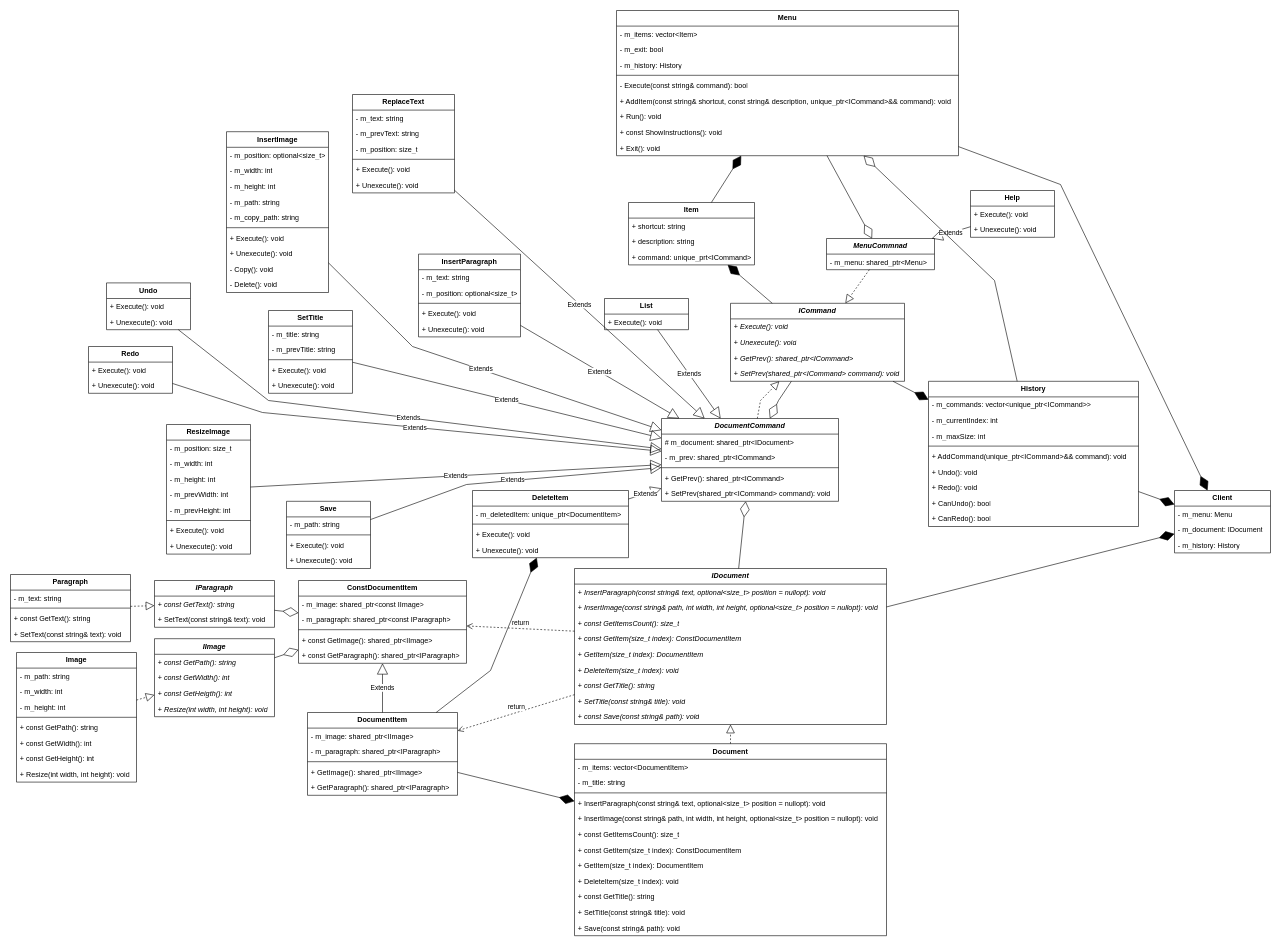
roman-kutimskii/object-oriented-design keeps this draw.io diagram as page "Command" (1 of 2) of command/diagram.drawio. Above is the earlier version. Source tidied: cells renumbered, new cells numbered last; positions are measured from the earlier drawing's top-left corner, leaving out a move shared by most shapes. Both pictures are drawn from the tidied source at 60%, with x=0, y=0 at pixel (10, 10).
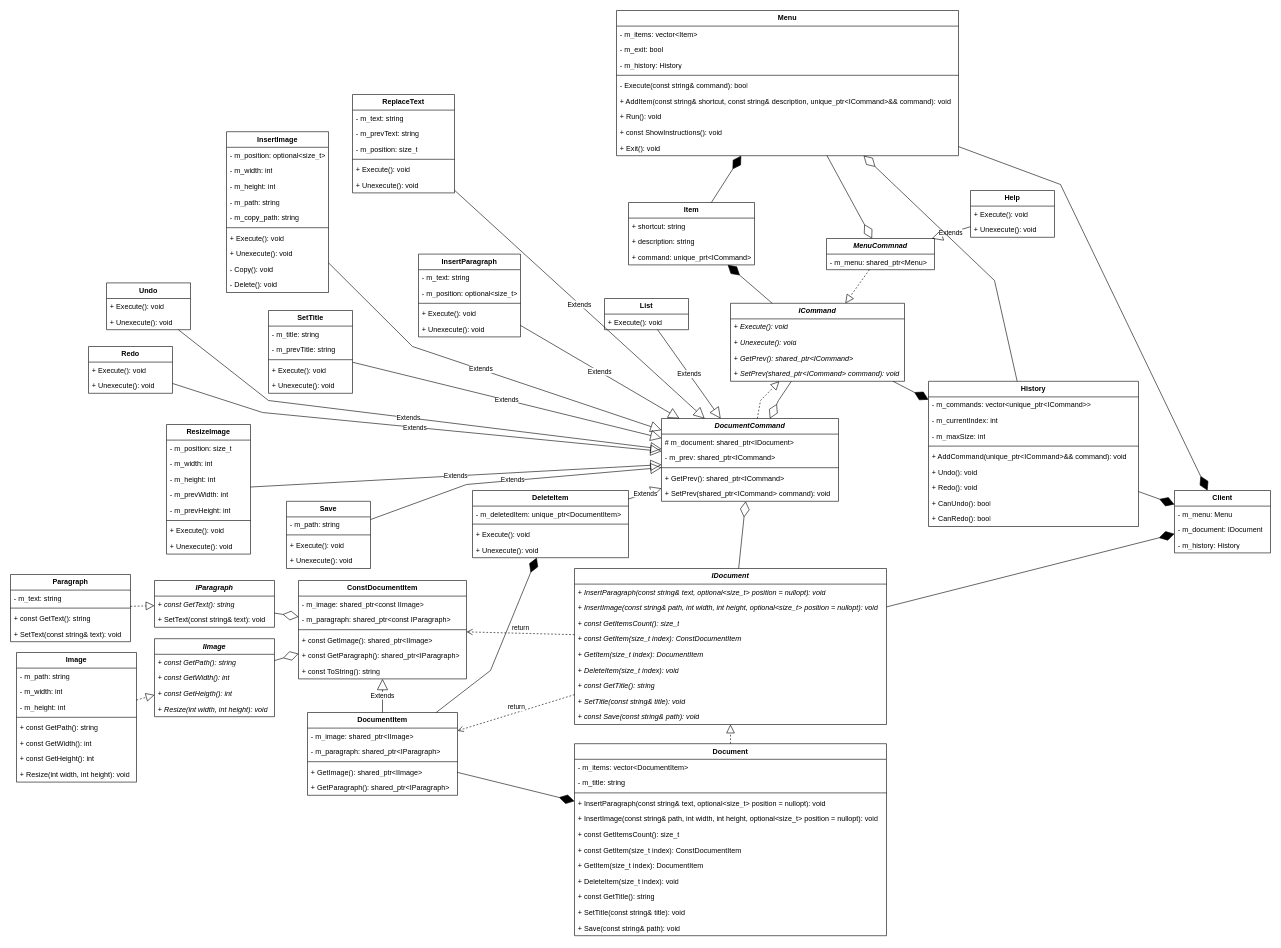
Above is the later version.

Diff of the diagram source:
```diff
@@
     <mxCell id="26" value="&lt;b&gt;ConstDocumentItem&lt;/b&gt;" style="swimlane;fontStyle=0;horizontal=1;startSize=26;fillColor=none;whiteSpace=wrap;html=1;" parent="1" vertex="1">
-      <mxGeometry x="480" y="950" width="280" height="138" as="geometry" />
+      <mxGeometry x="480" y="950" width="280" height="164" as="geometry" />
     </mxCell>
@@
+    <mxCell id="193" value="+ const ToString(): string" style="text;strokeColor=none;fillColor=none;align=left;verticalAlign=top;spacingLeft=4;spacingRight=4;overflow=hidden;whiteSpace=wrap;html=1;" parent="26" vertex="1">
+      <mxGeometry y="138" width="280" height="26" as="geometry" />
+    </mxCell>
```
